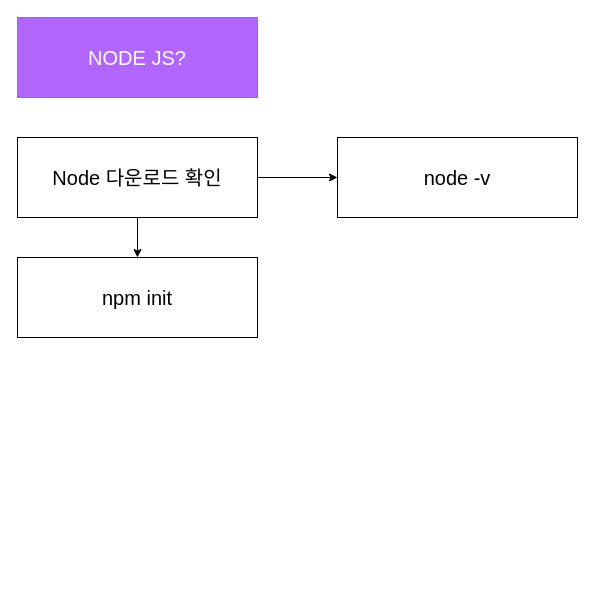
master8407/nodejs keeps this draw.io diagram as Untitled Diagram.drawio. Above is the earlier version. Source tidied: cells renumbered, new cells numbered last; positions are measured from the earlier drawing's top-left corner, leaving out a move shared by most shapes. Both pictures are drawn from the tidied source at 100%, with x=0, y=0 at pixel (17, 17).
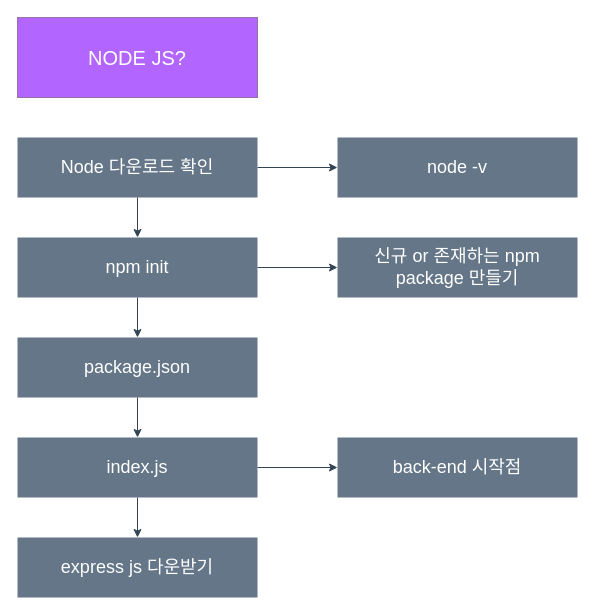
Above is the later version.

The edit, as a diff of the source:
```diff
@@
 <mxGraphModel background="#ffffff">
   <root>
     <mxCell id="0" />
     <mxCell id="1" parent="0" />
     <mxCell id="2" value="NODE JS?" style="rounded=0;whiteSpace=wrap;html=1;fontSize=20;strokeColor=#9673a6;fontColor=#FFFFFF;fillColor=#B266FF;" parent="1" vertex="1">
       <mxGeometry width="240" height="80" as="geometry" />
     </mxCell>
-    <mxCell id="3" style="edgeStyle=orthogonalEdgeStyle;rounded=0;jettySize=auto;html=1;" parent="1" edge="1" source="5" target="6">
+    <mxCell id="3" style="edgeStyle=orthogonalEdgeStyle;rounded=0;jettySize=auto;html=1;fillColor=#647687;strokeColor=#314354;" parent="1" edge="1" source="5" target="6">
       <mxGeometry relative="1" as="geometry" />
     </mxCell>
-    <mxCell id="4" style="edgeStyle=orthogonalEdgeStyle;rounded=0;jettySize=auto;html=1;" parent="1" edge="1" source="5" target="7">
+    <mxCell id="4" style="edgeStyle=orthogonalEdgeStyle;rounded=0;jettySize=auto;html=1;fillColor=#647687;strokeColor=#314354;" parent="1" edge="1" source="5" target="7">
       <mxGeometry relative="1" as="geometry" />
     </mxCell>
-    <mxCell id="5" value="Node 다운로드 확인" style="rounded=0;whiteSpace=wrap;html=1;fontSize=20;verticalAlign=middle;spacingTop=0;fontStyle=0;" parent="1" vertex="1">
-      <mxGeometry y="120" width="240" height="80" as="geometry" />
+    <mxCell id="5" value="Node 다운로드 확인" style="rounded=0;whiteSpace=wrap;html=1;fontSize=18;verticalAlign=middle;spacingTop=0;fontStyle=0;fillColor=#647687;fontColor=#ffffff;strokeColor=none;" parent="1" vertex="1">
+      <mxGeometry y="120" width="240" height="60" as="geometry" />
     </mxCell>
+    <mxCell id="8" style="edgeStyle=orthogonalEdgeStyle;rounded=0;jettySize=auto;html=1;fillColor=#647687;strokeColor=#314354;" parent="1" edge="1" source="6" target="11">
+      <mxGeometry relative="1" as="geometry" />
+    </mxCell>
+    <mxCell id="9" style="edgeStyle=orthogonalEdgeStyle;rounded=0;jettySize=auto;html=1;fontSize=18;fillColor=#647687;strokeColor=#314354;" parent="1" edge="1" source="6" target="16">
+      <mxGeometry relative="1" as="geometry" />
+    </mxCell>
-    <mxCell id="6" value="npm init" style="rounded=0;whiteSpace=wrap;html=1;fontSize=20;" parent="1" vertex="1">
-      <mxGeometry y="240" width="240" height="80" as="geometry" />
+    <mxCell id="6" value="npm init" style="rounded=0;whiteSpace=wrap;html=1;fontSize=18;fillColor=#647687;fontColor=#ffffff;strokeColor=none;" parent="1" vertex="1">
+      <mxGeometry y="220" width="240" height="60" as="geometry" />
     </mxCell>
-    <mxCell id="7" value="node -v" style="rounded=0;whiteSpace=wrap;html=1;fontSize=20;" parent="1" vertex="1">
-      <mxGeometry x="320" y="120" width="240" height="80" as="geometry" />
+    <mxCell id="7" value="node -v" style="rounded=0;whiteSpace=wrap;html=1;fontSize=18;fillColor=#647687;fontColor=#ffffff;strokeColor=none;" parent="1" vertex="1">
+      <mxGeometry x="320" y="120" width="240" height="60" as="geometry" />
     </mxCell>
+    <mxCell id="10" style="edgeStyle=orthogonalEdgeStyle;rounded=0;jettySize=auto;html=1;fontSize=18;fillColor=#647687;strokeColor=#314354;" parent="1" edge="1" source="11" target="14">
+      <mxGeometry relative="1" as="geometry" />
+    </mxCell>
+    <mxCell id="11" value="package.json" style="rounded=0;whiteSpace=wrap;html=1;fontSize=18;fillColor=#647687;fontColor=#ffffff;strokeColor=none;" parent="1" vertex="1">
+      <mxGeometry y="320" width="240" height="60" as="geometry" />
+    </mxCell>
+    <mxCell id="12" style="edgeStyle=orthogonalEdgeStyle;rounded=0;jettySize=auto;html=1;fontSize=18;fillColor=#647687;strokeColor=#314354;" parent="1" edge="1" source="14" target="15">
+      <mxGeometry relative="1" as="geometry" />
+    </mxCell>
+    <mxCell id="13" style="edgeStyle=orthogonalEdgeStyle;rounded=0;jettySize=auto;html=1;fontSize=18;fillColor=#647687;strokeColor=#314354;" parent="1" edge="1" source="14" target="17">
+      <mxGeometry relative="1" as="geometry" />
+    </mxCell>
+    <mxCell id="14" value="index.js" style="rounded=0;whiteSpace=wrap;html=1;fontSize=18;fillColor=#647687;fontColor=#ffffff;strokeColor=none;" parent="1" vertex="1">
+      <mxGeometry y="420" width="240" height="60" as="geometry" />
+    </mxCell>
+    <mxCell id="15" value="express js 다운받기" style="rounded=0;whiteSpace=wrap;html=1;fontSize=18;fillColor=#647687;fontColor=#ffffff;strokeColor=none;" parent="1" vertex="1">
+      <mxGeometry y="520" width="240" height="60" as="geometry" />
+    </mxCell>
+    <mxCell id="16" value="신규 or 존재하는 npm package 만들기" style="rounded=0;whiteSpace=wrap;html=1;fontSize=18;fillColor=#647687;fontColor=#ffffff;strokeColor=none;" parent="1" vertex="1">
+      <mxGeometry x="320" y="220" width="240" height="60" as="geometry" />
+    </mxCell>
+    <mxCell id="17" value="back-end 시작점" style="rounded=0;whiteSpace=wrap;html=1;fontSize=18;fillColor=#647687;fontColor=#ffffff;strokeColor=none;" parent="1" vertex="1">
+      <mxGeometry x="320" y="420" width="240" height="60" as="geometry" />
+    </mxCell>
   </root>
 </mxGraphModel>
```
